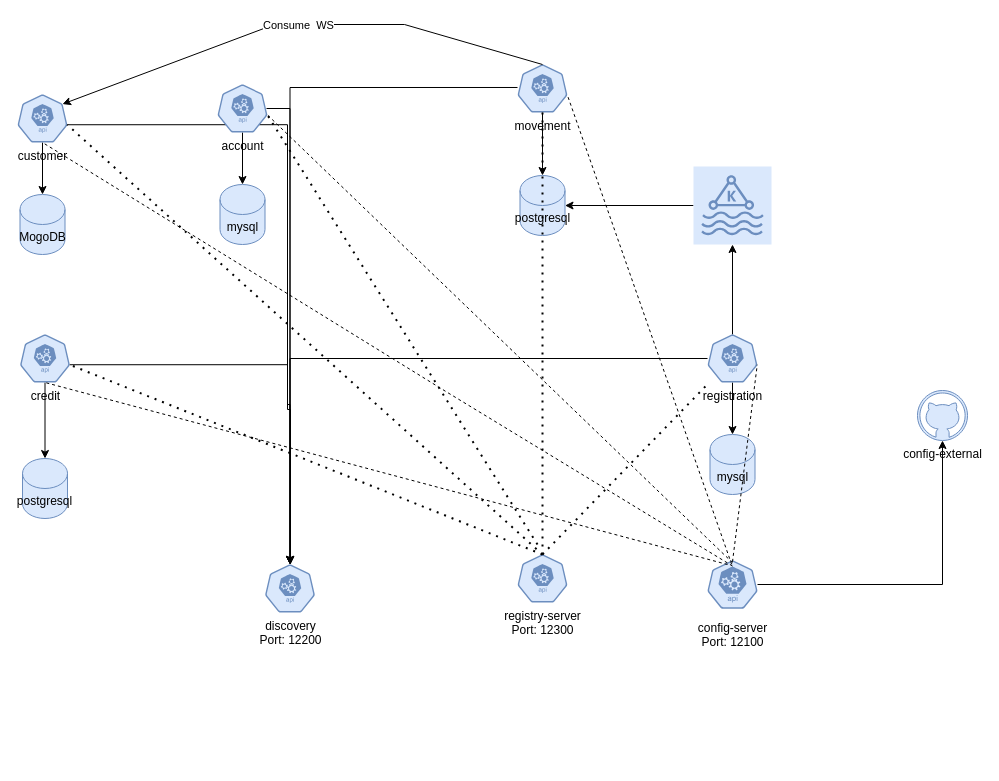
Before: Diagrama01.drawio in verde3ro/diagrama, a draw.io diagram. Source tidied: cells renumbered, new cells numbered last; positions are measured from the earlier drawing's top-left corner, leaving out a move shared by most shapes. Both pictures are drawn from the tidied source at 100%, with x=0, y=0 at pixel (17, 24).
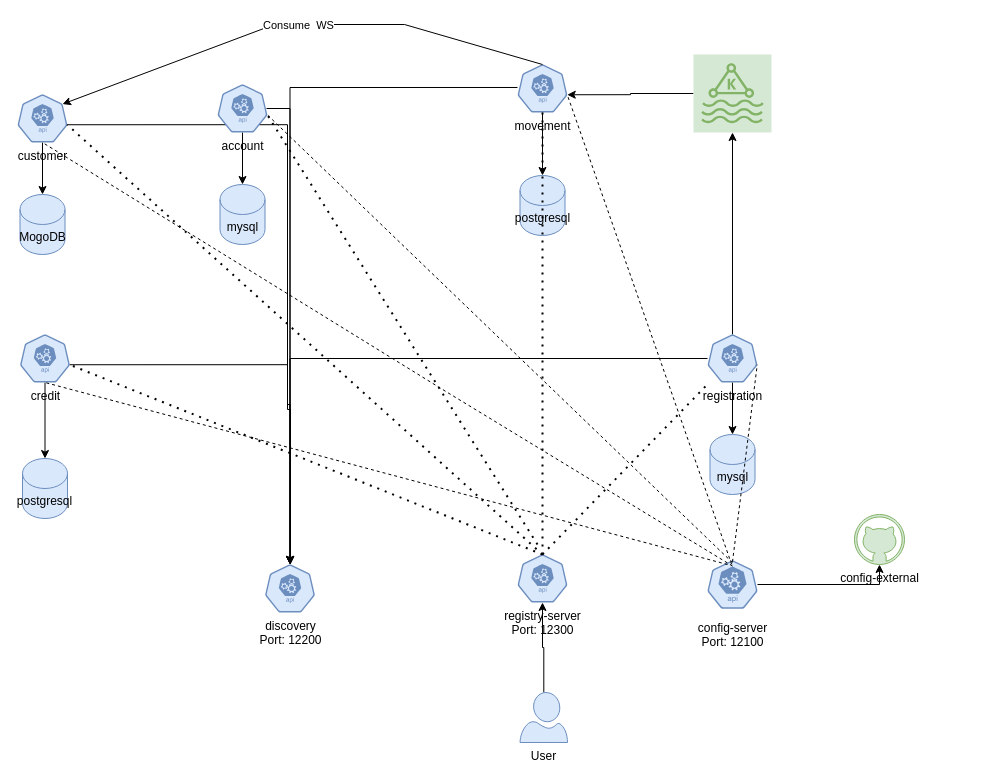
Above is the later version.

Commit message:
Cambio de colores

The change refers to these unchanged cells:
```xml
<mxCell id="19" value="registry-server&lt;br&gt;Port:&amp;nbsp;12300" style="sketch=0;html=1;dashed=0;whitespace=wrap;fillColor=#dae8fc;strokeColor=#6c8ebf;points=[[0.005,0.63,0],[0.1,0.2,0],[0.9,0.2,0],[0.5,0,0],[0.995,0.63,0],[0.72,0.99,0],[0.5,1,0],[0.28,0.99,0]];verticalLabelPosition=bottom;align=center;verticalAlign=top;shape=mxgraph.kubernetes.icon;prIcon=api;" parent="1" vertex="1">
  <mxGeometry x="500" y="530" width="50" height="48" as="geometry" />
</mxCell>
<mxCell id="27" value="movement" style="sketch=0;html=1;dashed=0;whitespace=wrap;fillColor=#dae8fc;strokeColor=#6c8ebf;points=[[0.005,0.63,0],[0.1,0.2,0],[0.9,0.2,0],[0.5,0,0],[0.995,0.63,0],[0.72,0.99,0],[0.5,1,0],[0.28,0.99,0]];verticalLabelPosition=bottom;align=center;verticalAlign=top;shape=mxgraph.kubernetes.icon;prIcon=api;" parent="1" vertex="1">
  <mxGeometry x="500" y="40" width="50" height="48" as="geometry" />
</mxCell>
<mxCell id="29" value="postgresql" style="shape=cylinder3;whiteSpace=wrap;html=1;boundedLbl=1;backgroundOutline=1;size=15;fillColor=#dae8fc;strokeColor=#6c8ebf;" parent="1" vertex="1">
  <mxGeometry x="502.5" y="151" width="45" height="60" as="geometry" />
</mxCell>
```

Change to the diagram source:
```diff
@@
-    <mxCell id="4" value="config-external" style="verticalLabelPosition=bottom;html=1;verticalAlign=top;align=center;strokeColor=#6c8ebf;fillColor=#dae8fc;shape=mxgraph.azure.github_code;" parent="1" vertex="1">
-      <mxGeometry x="900" y="366" width="50" height="50" as="geometry" />
+    <mxCell id="4" value="config-external" style="verticalLabelPosition=bottom;html=1;verticalAlign=top;align=center;strokeColor=#82b366;fillColor=#d5e8d4;shape=mxgraph.azure.github_code;" parent="1" vertex="1">
+      <mxGeometry x="837" y="490" width="50" height="50" as="geometry" />
     </mxCell>
-    <mxCell id="5" style="edgeStyle=orthogonalEdgeStyle;rounded=0;jettySize=auto;html=1;entryX=1;entryY=0.5;entryDx=0;entryDy=0;entryPerimeter=0;" parent="1" edge="1" source="6" target="29">
+    <mxCell id="5" style="edgeStyle=orthogonalEdgeStyle;rounded=0;jettySize=auto;html=1;entryX=0.995;entryY=0.63;entryDx=0;entryDy=0;entryPerimeter=0;" parent="1" edge="1" source="6" target="27">
       <mxGeometry relative="1" as="geometry" />
     </mxCell>
-    <mxCell id="6" style="sketch=0;points=[[0,0,0],[0.25,0,0],[0.5,0,0],[0.75,0,0],[1,0,0],[0,1,0],[0.25,1,0],[0.5,1,0],[0.75,1,0],[1,1,0],[0,0.25,0],[0,0.5,0],[0,0.75,0],[1,0.25,0],[1,0.5,0],[1,0.75,0]];outlineConnect=0;gradientDirection=north;fillColor=#dae8fc;strokeColor=#6c8ebf;dashed=0;verticalLabelPosition=bottom;verticalAlign=top;align=center;html=1;fontSize=12;fontStyle=0;shape=mxgraph.aws4.resourceIcon;resIcon=mxgraph.aws4.managed_streaming_for_kafka;" parent="1" vertex="1">
-      <mxGeometry x="676" y="142" width="78" height="78" as="geometry" />
+    <mxCell id="6" style="sketch=0;points=[[0,0,0],[0.25,0,0],[0.5,0,0],[0.75,0,0],[1,0,0],[0,1,0],[0.25,1,0],[0.5,1,0],[0.75,1,0],[1,1,0],[0,0.25,0],[0,0.5,0],[0,0.75,0],[1,0.25,0],[1,0.5,0],[1,0.75,0]];outlineConnect=0;gradientDirection=north;fillColor=#d5e8d4;strokeColor=#82b366;dashed=0;verticalLabelPosition=bottom;verticalAlign=top;align=center;html=1;fontSize=12;fontStyle=0;shape=mxgraph.aws4.resourceIcon;resIcon=mxgraph.aws4.managed_streaming_for_kafka;" parent="1" vertex="1">
+      <mxGeometry x="676" y="30" width="78" height="78" as="geometry" />
     </mxCell>
@@
+    <mxCell id="42" style="edgeStyle=orthogonalEdgeStyle;rounded=0;jettySize=auto;html=1;entryX=0.5;entryY=1;entryDx=0;entryDy=0;entryPerimeter=0;" parent="1" edge="1" source="43" target="19">
+      <mxGeometry relative="1" as="geometry" />
+    </mxCell>
+    <mxCell id="43" value="User&lt;br&gt;" style="verticalLabelPosition=bottom;html=1;verticalAlign=top;align=center;strokeColor=#6c8ebf;fillColor=#dae8fc;shape=mxgraph.azure.user;" parent="1" vertex="1">
+      <mxGeometry x="502.5" y="668" width="47.5" height="50" as="geometry" />
+    </mxCell>
```
